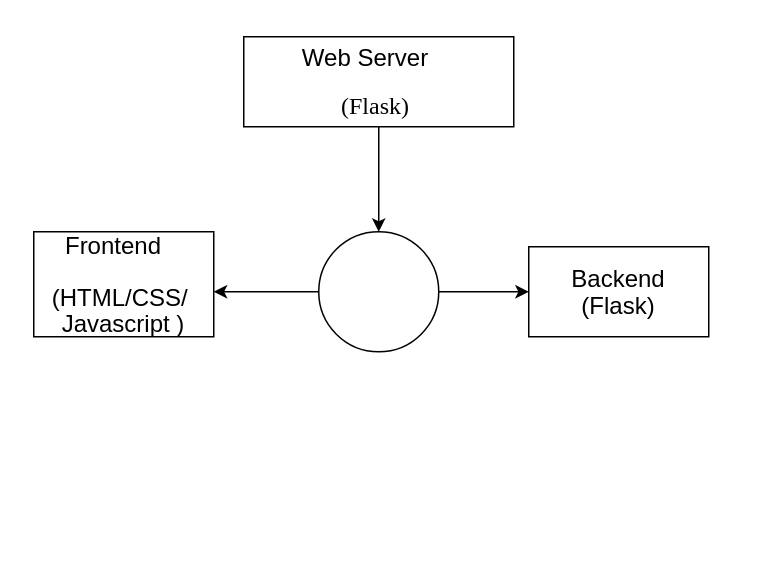
Earlier version of the draw.io diagram Untitled Diagram.drawio (Nzioka6350/cancer-patients-donation). Source tidied: cells renumbered, new cells numbered last; positions are measured from the earlier drawing's top-left corner, leaving out a move shared by most shapes. Both pictures are drawn from the tidied source at 150%, with x=0, y=0 at pixel (33, 36).
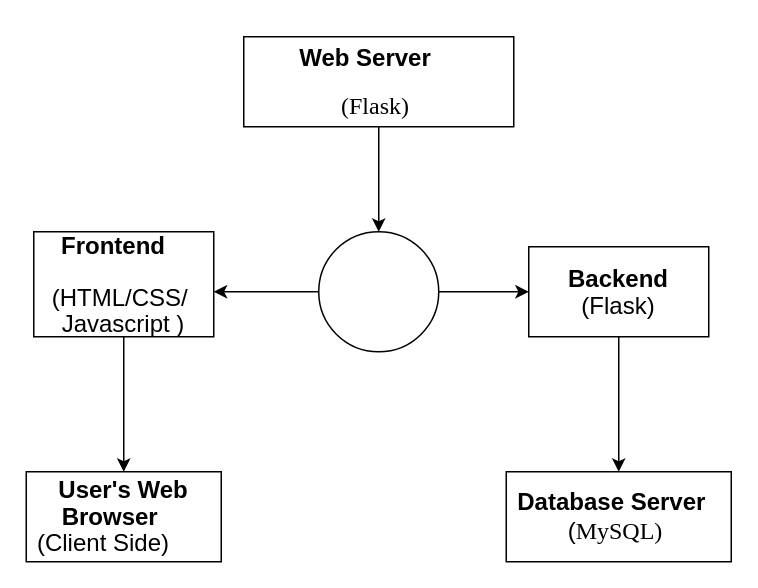
Above is the later version.

Diff of the diagram source:
```diff
@@
 <mxGraphModel>
   <root>
     <mxCell id="0" />
     <mxCell id="1" parent="0" />
     <mxCell id="2" style="edgeStyle=orthogonalEdgeStyle;rounded=0;jettySize=auto;html=1;" parent="1" edge="1" source="3" target="6">
       <mxGeometry relative="1" as="geometry" />
     </mxCell>
-    <mxCell id="3" value="&lt;p class=&quot;MsoNormal&quot;&gt;&lt;span style=&quot;font-size:12.0pt;line-height:107%;font-family:&lt;br/&gt;&amp;quot;Times New Roman&amp;quot;,serif&quot;&gt;&amp;nbsp; Web Server&amp;nbsp;&amp;nbsp;&amp;nbsp;&amp;nbsp; &lt;/span&gt;&lt;span style=&quot;font-family: &amp;quot;Times New Roman&amp;quot;, serif; font-size: 12pt; background-color: initial;&quot;&gt;&amp;nbsp;&lt;/span&gt;&lt;/p&gt;&lt;p class=&quot;MsoNormal&quot;&gt;&lt;span style=&quot;font-family: &amp;quot;Times New Roman&amp;quot;, serif; font-size: 12pt; background-color: initial;&quot;&gt;(Flask)&amp;nbsp;&lt;/span&gt;&lt;/p&gt;" style="rounded=0;whiteSpace=wrap;html=1;" parent="1" vertex="1">
+    <mxCell id="3" value="&lt;p class=&quot;MsoNormal&quot;&gt;&lt;span style=&quot;font-size:12.0pt;line-height:107%;font-family:&lt;br/&gt;&amp;quot;Times New Roman&amp;quot;,serif&quot;&gt;&amp;nbsp; &lt;b&gt;Web Server&amp;nbsp;&lt;/b&gt;&amp;nbsp;&amp;nbsp;&amp;nbsp; &lt;/span&gt;&lt;span style=&quot;font-family: &amp;quot;Times New Roman&amp;quot;, serif; font-size: 12pt; background-color: initial;&quot;&gt;&amp;nbsp;&lt;/span&gt;&lt;/p&gt;&lt;p class=&quot;MsoNormal&quot;&gt;&lt;span style=&quot;font-family: &amp;quot;Times New Roman&amp;quot;, serif; font-size: 12pt; background-color: initial;&quot;&gt;(Flask)&amp;nbsp;&lt;/span&gt;&lt;/p&gt;" style="rounded=0;whiteSpace=wrap;html=1;" parent="1" vertex="1">
       <mxGeometry x="140" width="180" height="60" as="geometry" />
     </mxCell>
     <mxCell id="4" style="edgeStyle=orthogonalEdgeStyle;rounded=0;jettySize=auto;html=1;" parent="1" edge="1" source="6" target="7">
       <mxGeometry relative="1" as="geometry">
         <Array as="points">
           <mxPoint x="140" y="170" />
           <mxPoint x="140" y="170" />
         </Array>
       </mxGeometry>
     </mxCell>
     <mxCell id="5" style="edgeStyle=orthogonalEdgeStyle;rounded=0;jettySize=auto;html=1;" parent="1" edge="1" source="6" target="8">
       <mxGeometry relative="1" as="geometry" />
     </mxCell>
     <mxCell id="6" style="ellipse;whiteSpace=wrap;html=1;rounded=0;" parent="1" vertex="1">
       <mxGeometry x="190" y="130" width="80" height="80" as="geometry" />
     </mxCell>
+    <mxCell id="9" style="edgeStyle=orthogonalEdgeStyle;rounded=0;jettySize=auto;html=1;" parent="1" edge="1" source="7" target="11">
+      <mxGeometry relative="1" as="geometry" />
+    </mxCell>
-    <mxCell id="7" value="&lt;span style=&quot;font-size:12.0pt;line-height:107%;&lt;br/&gt;font-family:&amp;quot;Times New Roman&amp;quot;,serif;mso-fareast-font-family:Calibri;mso-fareast-theme-font:&lt;br/&gt;minor-latin;mso-ansi-language:#0C00;mso-fareast-language:EN-US;mso-bidi-language:&lt;br/&gt;AR-SA&quot;&gt;Frontend&amp;nbsp; &amp;nbsp;&lt;/span&gt;&lt;div&gt;&lt;span style=&quot;font-size:12.0pt;line-height:107%;&lt;br/&gt;font-family:&amp;quot;Times New Roman&amp;quot;,serif;mso-fareast-font-family:Calibri;mso-fareast-theme-font:&lt;br/&gt;minor-latin;mso-ansi-language:#0C00;mso-fareast-language:EN-US;mso-bidi-language:&lt;br/&gt;AR-SA&quot;&gt;&lt;br&gt;&lt;/span&gt;&lt;/div&gt;&lt;div&gt;&lt;span style=&quot;font-size:12.0pt;line-height:107%;&lt;br/&gt;font-family:&amp;quot;Times New Roman&amp;quot;,serif;mso-fareast-font-family:Calibri;mso-fareast-theme-font:&lt;br/&gt;minor-latin;mso-ansi-language:#0C00;mso-fareast-language:EN-US;mso-bidi-language:&lt;br/&gt;AR-SA&quot;&gt;&lt;span style=&quot;font-size: 12pt; background-color: initial;&quot;&gt;(HTML/CSS/&lt;/span&gt;&lt;span style=&quot;font-size: 12pt; background-color: initial;&quot;&gt;&amp;nbsp;&lt;/span&gt;&lt;/span&gt;&lt;/div&gt;&lt;div&gt;&lt;span style=&quot;font-size:12.0pt;line-height:107%;&lt;br/&gt;font-family:&amp;quot;Times New Roman&amp;quot;,serif;mso-fareast-font-family:Calibri;mso-fareast-theme-font:&lt;br/&gt;minor-latin;mso-ansi-language:#0C00;mso-fareast-language:EN-US;mso-bidi-language:&lt;br/&gt;AR-SA&quot;&gt;&lt;span style=&quot;font-size: 12pt; background-color: initial;&quot;&gt;Javascript&lt;/span&gt;&amp;nbsp;)&lt;/span&gt;&lt;/div&gt;" style="whiteSpace=wrap;html=1;rounded=0;" parent="1" vertex="1">
+    <mxCell id="7" value="&lt;span style=&quot;font-size:12.0pt;line-height:107%;&lt;br/&gt;font-family:&amp;quot;Times New Roman&amp;quot;,serif;mso-fareast-font-family:Calibri;mso-fareast-theme-font:&lt;br/&gt;minor-latin;mso-ansi-language:#0C00;mso-fareast-language:EN-US;mso-bidi-language:&lt;br/&gt;AR-SA&quot;&gt;&lt;b&gt;Frontend&amp;nbsp; &lt;/b&gt;&amp;nbsp;&lt;/span&gt;&lt;div&gt;&lt;span style=&quot;font-size:12.0pt;line-height:107%;&lt;br/&gt;font-family:&amp;quot;Times New Roman&amp;quot;,serif;mso-fareast-font-family:Calibri;mso-fareast-theme-font:&lt;br/&gt;minor-latin;mso-ansi-language:#0C00;mso-fareast-language:EN-US;mso-bidi-language:&lt;br/&gt;AR-SA&quot;&gt;&lt;br&gt;&lt;/span&gt;&lt;/div&gt;&lt;div&gt;&lt;span style=&quot;font-size:12.0pt;line-height:107%;&lt;br/&gt;font-family:&amp;quot;Times New Roman&amp;quot;,serif;mso-fareast-font-family:Calibri;mso-fareast-theme-font:&lt;br/&gt;minor-latin;mso-ansi-language:#0C00;mso-fareast-language:EN-US;mso-bidi-language:&lt;br/&gt;AR-SA&quot;&gt;&lt;span style=&quot;font-size: 12pt; background-color: initial;&quot;&gt;(HTML/CSS/&lt;/span&gt;&lt;span style=&quot;font-size: 12pt; background-color: initial;&quot;&gt;&amp;nbsp;&lt;/span&gt;&lt;/span&gt;&lt;/div&gt;&lt;div&gt;&lt;span style=&quot;font-size:12.0pt;line-height:107%;&lt;br/&gt;font-family:&amp;quot;Times New Roman&amp;quot;,serif;mso-fareast-font-family:Calibri;mso-fareast-theme-font:&lt;br/&gt;minor-latin;mso-ansi-language:#0C00;mso-fareast-language:EN-US;mso-bidi-language:&lt;br/&gt;AR-SA&quot;&gt;&lt;span style=&quot;font-size: 12pt; background-color: initial;&quot;&gt;Javascript&lt;/span&gt;&amp;nbsp;)&lt;/span&gt;&lt;/div&gt;" style="whiteSpace=wrap;html=1;rounded=0;" parent="1" vertex="1">
       <mxGeometry y="130" width="120" height="70" as="geometry" />
     </mxCell>
+    <mxCell id="10" style="edgeStyle=orthogonalEdgeStyle;rounded=0;jettySize=auto;html=1;" parent="1" edge="1" source="8" target="12">
+      <mxGeometry relative="1" as="geometry" />
+    </mxCell>
-    <mxCell id="8" value="&lt;span style=&quot;font-size:12.0pt;line-height:107%;&lt;br/&gt;font-family:&amp;quot;Times New Roman&amp;quot;,serif;mso-fareast-font-family:Calibri;mso-fareast-theme-font:&lt;br/&gt;minor-latin;mso-ansi-language:#0C00;mso-fareast-language:EN-US;mso-bidi-language:&lt;br/&gt;AR-SA&quot;&gt;Backend&lt;/span&gt;&lt;div&gt;&lt;span style=&quot;font-size:12.0pt;line-height:107%;&lt;br/&gt;font-family:&amp;quot;Times New Roman&amp;quot;,serif;mso-fareast-font-family:Calibri;mso-fareast-theme-font:&lt;br/&gt;minor-latin;mso-ansi-language:#0C00;mso-fareast-language:EN-US;mso-bidi-language:&lt;br/&gt;AR-SA&quot;&gt;&lt;span style=&quot;font-size: 12pt; line-height: 107%;&quot;&gt;(Flask)&lt;/span&gt;&lt;br&gt;&lt;/span&gt;&lt;/div&gt;" style="whiteSpace=wrap;html=1;rounded=0;" parent="1" vertex="1">
+    <mxCell id="8" value="&lt;span style=&quot;font-size:12.0pt;line-height:107%;&lt;br/&gt;font-family:&amp;quot;Times New Roman&amp;quot;,serif;mso-fareast-font-family:Calibri;mso-fareast-theme-font:&lt;br/&gt;minor-latin;mso-ansi-language:#0C00;mso-fareast-language:EN-US;mso-bidi-language:&lt;br/&gt;AR-SA&quot;&gt;&lt;b&gt;Backend&lt;/b&gt;&lt;/span&gt;&lt;div&gt;&lt;span style=&quot;font-size:12.0pt;line-height:107%;&lt;br/&gt;font-family:&amp;quot;Times New Roman&amp;quot;,serif;mso-fareast-font-family:Calibri;mso-fareast-theme-font:&lt;br/&gt;minor-latin;mso-ansi-language:#0C00;mso-fareast-language:EN-US;mso-bidi-language:&lt;br/&gt;AR-SA&quot;&gt;&lt;span style=&quot;font-size: 12pt; line-height: 107%;&quot;&gt;(Flask)&lt;/span&gt;&lt;br&gt;&lt;/span&gt;&lt;/div&gt;" style="whiteSpace=wrap;html=1;rounded=0;" parent="1" vertex="1">
       <mxGeometry x="330" y="140" width="120" height="60" as="geometry" />
     </mxCell>
+    <mxCell id="11" value="&lt;span style=&quot;font-size:12.0pt;line-height:107%;&lt;br/&gt;font-family:&amp;quot;Times New Roman&amp;quot;,serif;mso-fareast-font-family:Calibri;mso-fareast-theme-font:&lt;br/&gt;minor-latin;mso-ansi-language:#0C00;mso-fareast-language:EN-US;mso-bidi-language:&lt;br/&gt;AR-SA&quot;&gt;&lt;span style=&quot;font-size:12.0pt;line-height:107%;&lt;br/&gt;font-family:&amp;quot;Times New Roman&amp;quot;,serif;mso-fareast-font-family:Calibri;mso-fareast-theme-font:&lt;br/&gt;minor-latin;mso-ansi-language:#0C00;mso-fareast-language:EN-US;mso-bidi-language:&lt;br/&gt;AR-SA&quot;&gt;&lt;b&gt;User's Web Browser&lt;/b&gt;&amp;nbsp; &amp;nbsp;&amp;nbsp;&lt;/span&gt;&lt;/span&gt;&lt;div&gt;&lt;span style=&quot;font-size:12.0pt;line-height:107%;&lt;br/&gt;font-family:&amp;quot;Times New Roman&amp;quot;,serif;mso-fareast-font-family:Calibri;mso-fareast-theme-font:&lt;br/&gt;minor-latin;mso-ansi-language:#0C00;mso-fareast-language:EN-US;mso-bidi-language:&lt;br/&gt;AR-SA&quot;&gt;(Client Side)&amp;nbsp; &amp;nbsp; &amp;nbsp;&amp;nbsp;&lt;/span&gt;&lt;/div&gt;" style="whiteSpace=wrap;html=1;rounded=0;" parent="1" vertex="1">
+      <mxGeometry x="-5" y="290" width="130" height="60" as="geometry" />
+    </mxCell>
+    <mxCell id="12" value="&lt;span style=&quot;font-size:12.0pt;line-height:107%;&lt;br/&gt;font-family:&amp;quot;Times New Roman&amp;quot;,serif;mso-fareast-font-family:Calibri;mso-fareast-theme-font:&lt;br/&gt;minor-latin;mso-ansi-language:#0C00;mso-fareast-language:EN-US;mso-bidi-language:&lt;br/&gt;AR-SA&quot;&gt;&lt;b&gt;Database Server&lt;/b&gt;&amp;nbsp;&amp;nbsp;&lt;/span&gt;&lt;div&gt;&lt;span style=&quot;font-size:12.0pt;line-height:107%;&lt;br/&gt;font-family:&amp;quot;Times New Roman&amp;quot;,serif;mso-fareast-font-family:Calibri;mso-fareast-theme-font:&lt;br/&gt;minor-latin;mso-ansi-language:#0C00;mso-fareast-language:EN-US;mso-bidi-language:&lt;br/&gt;AR-SA&quot;&gt;(&lt;/span&gt;&lt;span style=&quot;font-family: &amp;quot;Times New Roman&amp;quot;, serif; font-size: 12pt; background-color: initial;&quot;&gt;MySQL)&lt;/span&gt;&lt;span style=&quot;font-family: &amp;quot;Times New Roman&amp;quot;, serif; font-size: 12pt; background-color: initial;&quot;&gt;&amp;nbsp;&lt;/span&gt;&lt;/div&gt;" style="whiteSpace=wrap;html=1;rounded=0;" parent="1" vertex="1">
+      <mxGeometry x="315" y="290" width="150" height="60" as="geometry" />
+    </mxCell>
   </root>
 </mxGraphModel>
```
